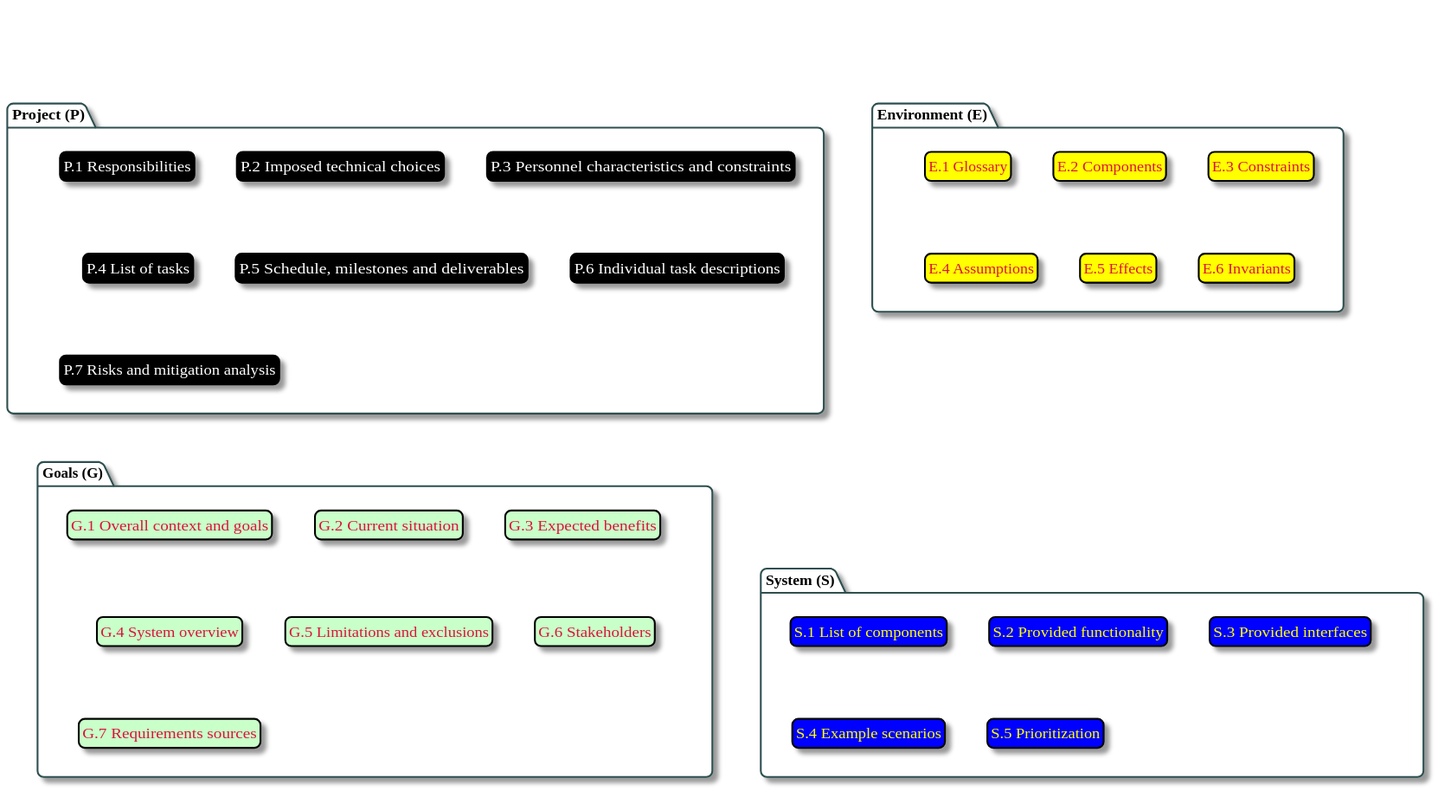
The PlantUML diagram images/classification.svg in FormalRequirements/requirements-handbook-companion, before a commit.
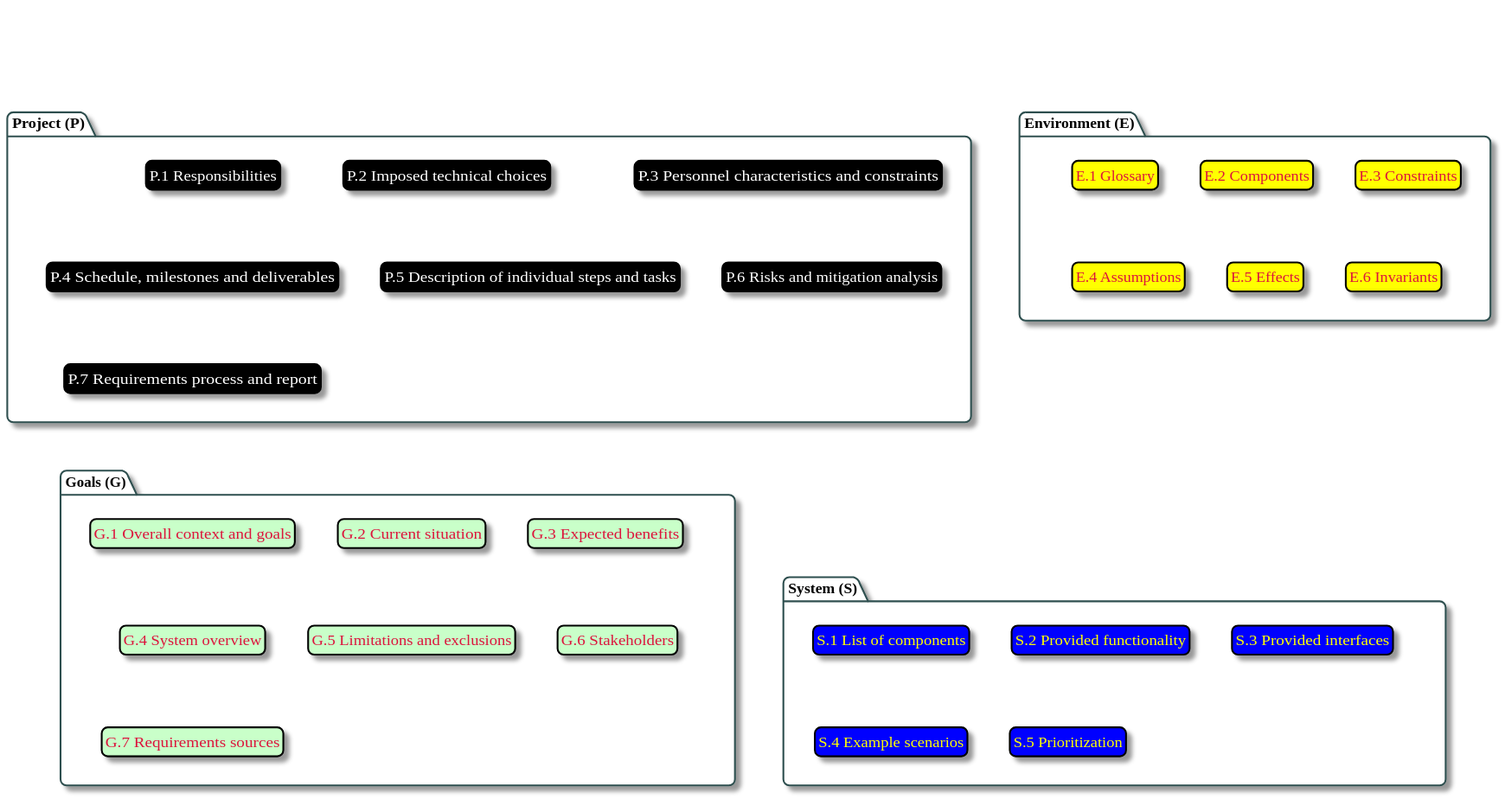
The same file after the commit.

Commit message:
Update from new Process subsections

What changed in the source:
```diff
@@ -6,10 +6,10 @@
     class p1 as "P.1 Responsibilities" <<Project>>
     class p2 as "P.2 Imposed technical choices" <<Project>>
     class p3 as "P.3 Personnel characteristics and constraints" <<Project>>
-    class p4 as "P.4 List of tasks" <<Project>>
-    class p5 as "P.5 Schedule, milestones and deliverables" <<Project>>
-    class p6 as "P.6 Individual task descriptions" <<Project>>
-    class p7 as "P.7 Risks and mitigation analysis" <<Project>>
+    class p4 as "P.4 Schedule, milestones and deliverables" <<Project>>
+    class p5 as "P.5 Description of individual steps and tasks" <<Project>>
+    class p6 as "P.6 Risks and mitigation analysis" <<Project>>
+    class p7 as "P.7 Requirements process and report" <<Project>>
 }
 
 package E as "Environment (E)" {
```
